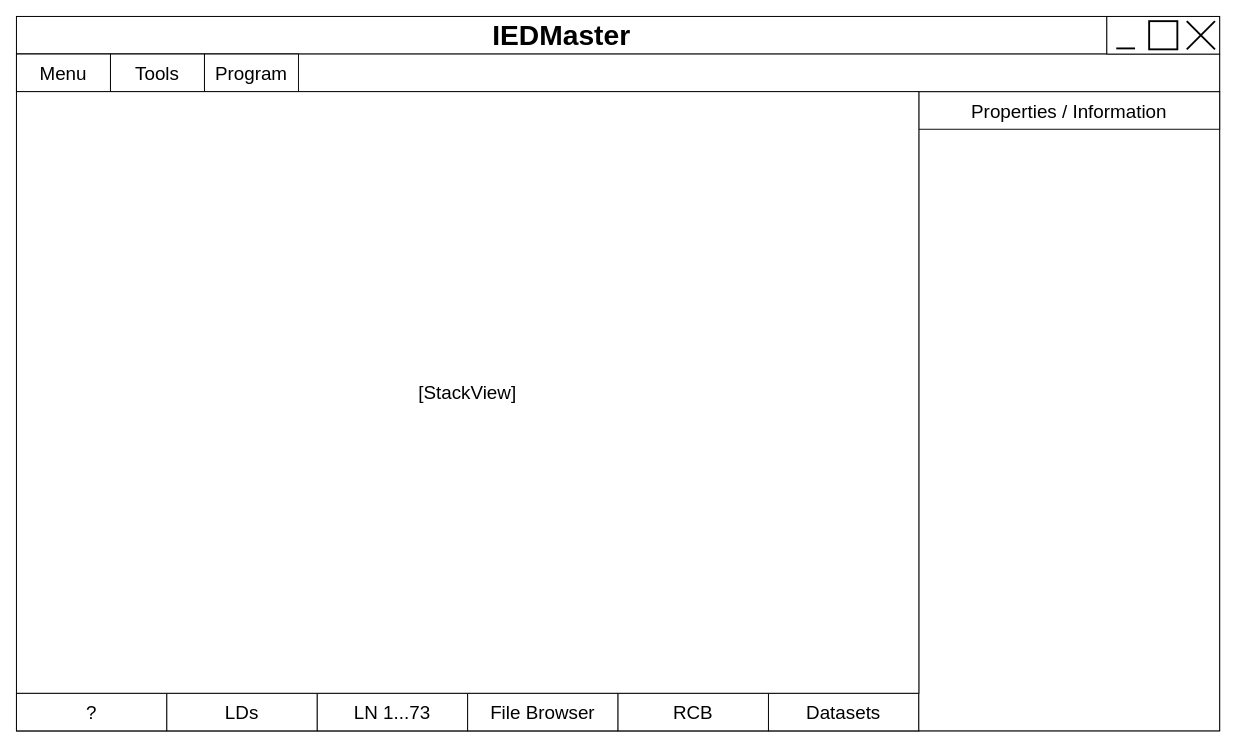
Before: page "GUI" (1 of 11) of docs/Architecture.drawio in Rustam12345m/IEDClient, a draw.io diagram. Source tidied: cells renumbered, new cells numbered last; positions are measured from the earlier drawing's top-left corner, leaving out a move shared by most shapes. Both pictures are drawn from the tidied source at 94%, with x=0, y=0 at pixel (16, 16).
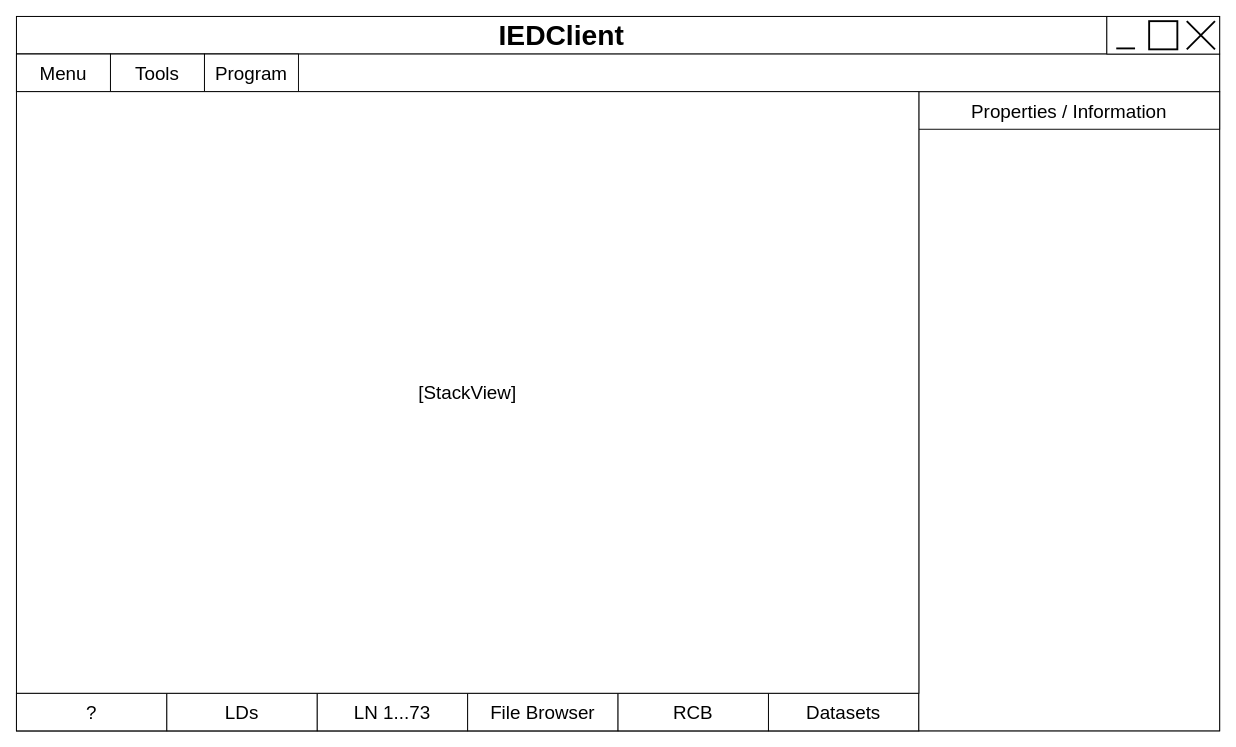
The same page after the edit.

Change to the diagram source:
```diff
@@
-    <mxCell id="3" value="&lt;font size=&quot;1&quot; style=&quot;&quot;&gt;&lt;b style=&quot;font-size: 30px;&quot;&gt;IEDMaster&lt;/b&gt;&lt;/font&gt;" style="rounded=0;whiteSpace=wrap;html=1;" parent="1" vertex="1">
+    <mxCell id="3" value="&lt;font size=&quot;1&quot; style=&quot;&quot;&gt;&lt;b style=&quot;font-size: 30px;&quot;&gt;IEDClient&lt;/b&gt;&lt;/font&gt;" style="rounded=0;whiteSpace=wrap;html=1;" parent="1" vertex="1">
       <mxGeometry width="1160" height="40" as="geometry" />
     </mxCell>
```
